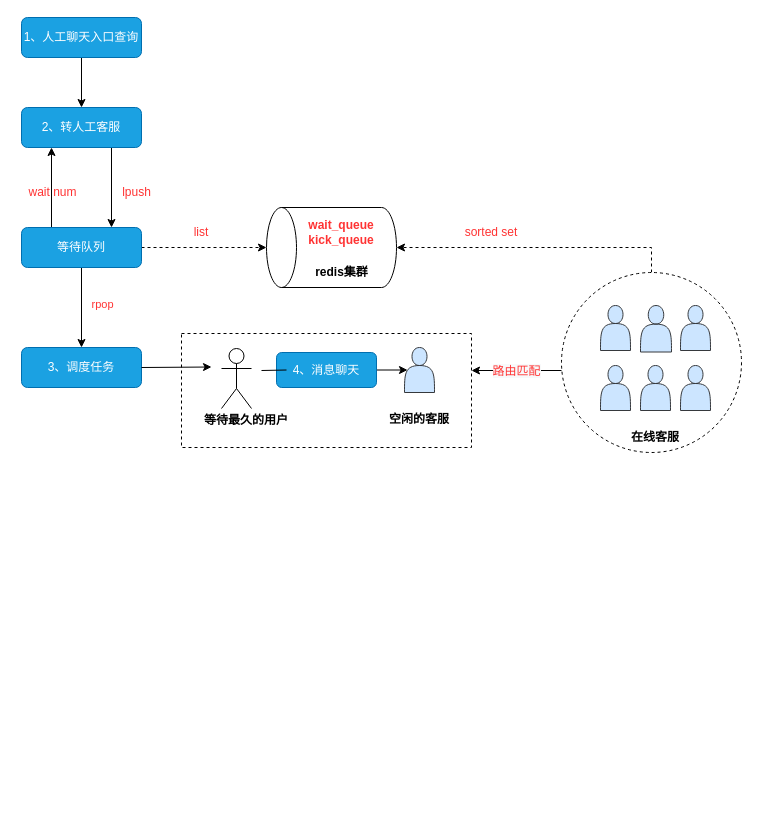
The draw.io diagram page "人工客服接单" (3 of 4) of 流程设计.drawio in zengcrvip/basedemo, before the edit. Source tidied: cells renumbered, new cells numbered last; positions are measured from the earlier drawing's top-left corner, leaving out a move shared by most shapes. Both pictures are drawn from the tidied source at 100%, with x=0, y=0 at pixel (17, 17).
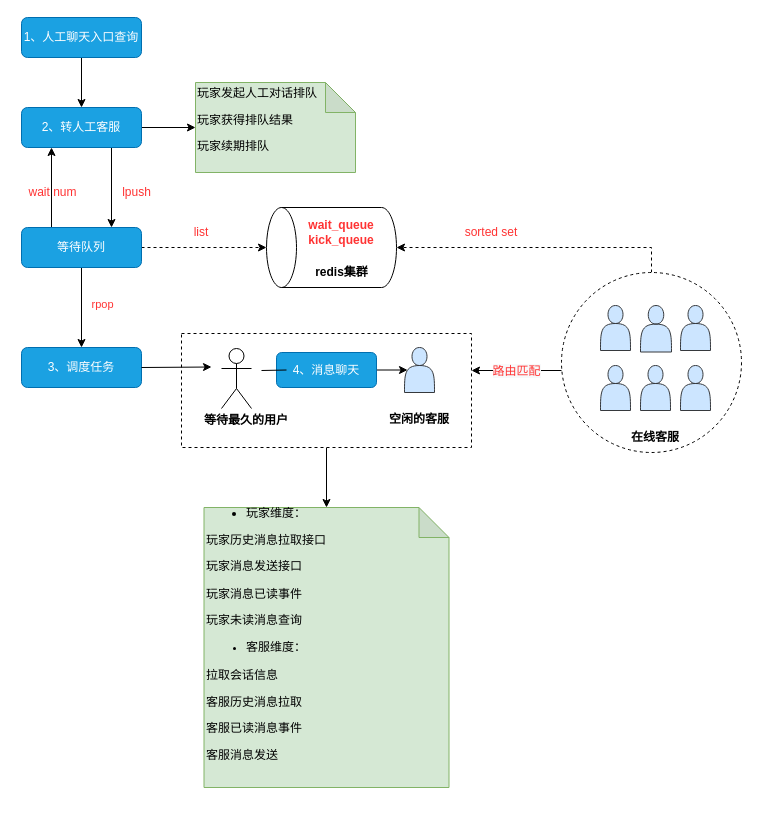
Above is the later version.

The change refers to these unchanged cells:
```xml
<mxCell id="6" value="2、转人工客服" style="rounded=1;whiteSpace=wrap;html=1;fillColor=#1ba1e2;fontColor=#ffffff;strokeColor=#006EAF;" parent="1" vertex="1">
  <mxGeometry x="4" y="90" width="120" height="40" as="geometry" />
</mxCell>
<mxCell id="26" style="rounded=0;whiteSpace=wrap;html=1;dashed=1;fontColor=#000000;" parent="1" vertex="1">
  <mxGeometry x="164" y="316" width="290" height="114" as="geometry" />
</mxCell>
```

The edit, as a diff of the source:
```diff
@@
+    <mxCell id="40" style="edgeStyle=orthogonalEdgeStyle;rounded=0;jettySize=auto;html=1;exitX=1;exitY=0.5;exitDx=0;exitDy=0;" parent="1" edge="1" source="6" target="42">
+      <mxGeometry relative="1" as="geometry" />
+    </mxCell>
@@
+    <mxCell id="41" style="edgeStyle=orthogonalEdgeStyle;rounded=0;jettySize=auto;html=1;exitX=0.5;exitY=1;exitDx=0;exitDy=0;entryX=0.5;entryY=0;entryDx=0;entryDy=0;entryPerimeter=0;" parent="1" edge="1" source="26" target="43">
+      <mxGeometry relative="1" as="geometry" />
+    </mxCell>
@@
+    <mxCell id="42" value="&lt;p style=&quot;&quot;&gt;玩家发起人工对话排队&lt;/p&gt;&lt;p style=&quot;&quot;&gt;玩家获得排队结果&lt;/p&gt;&lt;pre data-pm-slice=&quot;1 1 [&amp;quot;table&amp;quot;,{&amp;quot;border&amp;quot;:&amp;quot;rgb(193, 199, 208)&amp;quot;,&amp;quot;class&amp;quot;:&amp;quot;table-flexiable&amp;quot;,&amp;quot;fontSize&amp;quot;:&amp;quot;16px&amp;quot;,&amp;quot;lineHeight&amp;quot;:&amp;quot;1&amp;quot;},&amp;quot;table_row&amp;quot;,null,&amp;quot;table_cell&amp;quot;,{&amp;quot;colspan&amp;quot;:1,&amp;quot;rowspan&amp;quot;:1,&amp;quot;colwidth&amp;quot;:[133],&amp;quot;numberingColumn&amp;quot;:null,&amp;quot;background&amp;quot;:null,&amp;quot;verticalAlign&amp;quot;:null}]&quot;&gt;&lt;span style=&quot;background-color: initial; font-family: Helvetica;&quot;&gt;玩家续期排队&lt;/span&gt;&lt;/pre&gt;&lt;div&gt;&lt;span style=&quot;background-color: initial; font-family: Helvetica;&quot;&gt;&lt;br&gt;&lt;/span&gt;&lt;/div&gt;" style="shape=note;whiteSpace=wrap;html=1;backgroundOutline=1;darkOpacity=0.05;align=left;fillColor=#d5e8d4;strokeColor=#82b366;" parent="1" vertex="1">
+      <mxGeometry x="178" y="65" width="160" height="90" as="geometry" />
+    </mxCell>
+    <mxCell id="43" value="&lt;p style=&quot;&quot;&gt;&lt;/p&gt;&lt;ul&gt;&lt;li&gt;玩家维度：&lt;/li&gt;&lt;/ul&gt;&lt;p&gt;&lt;/p&gt;&lt;pre data-pm-slice=&quot;1 1 [&amp;quot;table&amp;quot;,{&amp;quot;border&amp;quot;:&amp;quot;rgb(193, 199, 208)&amp;quot;,&amp;quot;class&amp;quot;:&amp;quot;table-flexiable&amp;quot;,&amp;quot;fontSize&amp;quot;:&amp;quot;16px&amp;quot;,&amp;quot;lineHeight&amp;quot;:&amp;quot;1&amp;quot;},&amp;quot;table_row&amp;quot;,null,&amp;quot;table_cell&amp;quot;,{&amp;quot;colspan&amp;quot;:1,&amp;quot;rowspan&amp;quot;:1,&amp;quot;colwidth&amp;quot;:[133],&amp;quot;numberingColumn&amp;quot;:null,&amp;quot;background&amp;quot;:null,&amp;quot;verticalAlign&amp;quot;:null}]&quot;&gt;&lt;span style=&quot;background-color: initial; font-family: Helvetica;&quot;&gt;玩家历史消息拉取接口&lt;/span&gt;&lt;br&gt;&lt;/pre&gt;&lt;pre data-pm-slice=&quot;1 1 [&amp;quot;table&amp;quot;,{&amp;quot;border&amp;quot;:&amp;quot;rgb(193, 199, 208)&amp;quot;,&amp;quot;class&amp;quot;:&amp;quot;table-flexiable&amp;quot;,&amp;quot;fontSize&amp;quot;:&amp;quot;16px&amp;quot;,&amp;quot;lineHeight&amp;quot;:&amp;quot;1&amp;quot;},&amp;quot;table_row&amp;quot;,null,&amp;quot;table_cell&amp;quot;,{&amp;quot;colspan&amp;quot;:1,&amp;quot;rowspan&amp;quot;:1,&amp;quot;colwidth&amp;quot;:[133],&amp;quot;numberingColumn&amp;quot;:null,&amp;quot;background&amp;quot;:null,&amp;quot;verticalAlign&amp;quot;:null}]&quot;&gt;&lt;code&gt;玩家消息发送接口&lt;/code&gt;&lt;/pre&gt;&lt;pre data-pm-slice=&quot;1 1 [&amp;quot;table&amp;quot;,{&amp;quot;border&amp;quot;:&amp;quot;rgb(193, 199, 208)&amp;quot;,&amp;quot;class&amp;quot;:&amp;quot;table-flexiable&amp;quot;,&amp;quot;fontSize&amp;quot;:&amp;quot;16px&amp;quot;,&amp;quot;lineHeight&amp;quot;:&amp;quot;1&amp;quot;},&amp;quot;table_row&amp;quot;,null,&amp;quot;table_cell&amp;quot;,{&amp;quot;colspan&amp;quot;:1,&amp;quot;rowspan&amp;quot;:1,&amp;quot;colwidth&amp;quot;:[133],&amp;quot;numberingColumn&amp;quot;:null,&amp;quot;background&amp;quot;:null,&amp;quot;verticalAlign&amp;quot;:null}]&quot;&gt;&lt;span style=&quot;background-color: initial; font-family: Helvetica;&quot;&gt;玩家消息已读事件&lt;/span&gt;&lt;br&gt;&lt;/pre&gt;&lt;pre data-pm-slice=&quot;1 1 [&amp;quot;table&amp;quot;,{&amp;quot;border&amp;quot;:&amp;quot;rgb(193, 199, 208)&amp;quot;,&amp;quot;class&amp;quot;:&amp;quot;table-flexiable&amp;quot;,&amp;quot;fontSize&amp;quot;:&amp;quot;16px&amp;quot;,&amp;quot;lineHeight&amp;quot;:&amp;quot;1&amp;quot;},&amp;quot;table_row&amp;quot;,null,&amp;quot;table_cell&amp;quot;,{&amp;quot;colspan&amp;quot;:1,&amp;quot;rowspan&amp;quot;:1,&amp;quot;colwidth&amp;quot;:[133],&amp;quot;numberingColumn&amp;quot;:null,&amp;quot;background&amp;quot;:null,&amp;quot;verticalAlign&amp;quot;:null}]&quot;&gt;&lt;code&gt;玩家未读消息查询&lt;/code&gt;&lt;/pre&gt;&lt;pre data-pm-slice=&quot;1 1 [&amp;quot;table&amp;quot;,{&amp;quot;border&amp;quot;:&amp;quot;rgb(193, 199, 208)&amp;quot;,&amp;quot;class&amp;quot;:&amp;quot;table-flexiable&amp;quot;,&amp;quot;fontSize&amp;quot;:&amp;quot;16px&amp;quot;,&amp;quot;lineHeight&amp;quot;:&amp;quot;1&amp;quot;},&amp;quot;table_row&amp;quot;,null,&amp;quot;table_cell&amp;quot;,{&amp;quot;colspan&amp;quot;:1,&amp;quot;rowspan&amp;quot;:1,&amp;quot;colwidth&amp;quot;:[133],&amp;quot;numberingColumn&amp;quot;:null,&amp;quot;background&amp;quot;:null,&amp;quot;verticalAlign&amp;quot;:null}]&quot;&gt;&lt;ul&gt;&lt;li&gt;&lt;span style=&quot;background-color: initial; font-family: Helvetica;&quot;&gt;客服维度：&lt;/span&gt;&lt;/li&gt;&lt;/ul&gt;&lt;div&gt;&lt;font face=&quot;Helvetica&quot;&gt;拉取会话信息&lt;/font&gt;&lt;/div&gt;&lt;/pre&gt;&lt;p data-pm-slice=&quot;1 1 [&amp;quot;table&amp;quot;,{&amp;quot;border&amp;quot;:&amp;quot;rgb(193, 199, 208)&amp;quot;,&amp;quot;class&amp;quot;:&amp;quot;table-flexiable&amp;quot;,&amp;quot;fontSize&amp;quot;:&amp;quot;16px&amp;quot;,&amp;quot;lineHeight&amp;quot;:&amp;quot;1&amp;quot;},&amp;quot;table_row&amp;quot;,null,&amp;quot;table_cell&amp;quot;,{&amp;quot;colspan&amp;quot;:1,&amp;quot;rowspan&amp;quot;:1,&amp;quot;colwidth&amp;quot;:[133],&amp;quot;numberingColumn&amp;quot;:null,&amp;quot;background&amp;quot;:null,&amp;quot;verticalAlign&amp;quot;:null}]&quot; style=&quot;&quot;&gt;客服历史消息拉取&lt;/p&gt;&lt;p data-pm-slice=&quot;1 1 [&amp;quot;table&amp;quot;,{&amp;quot;border&amp;quot;:&amp;quot;rgb(193, 199, 208)&amp;quot;,&amp;quot;class&amp;quot;:&amp;quot;table-flexiable&amp;quot;,&amp;quot;fontSize&amp;quot;:&amp;quot;16px&amp;quot;,&amp;quot;lineHeight&amp;quot;:&amp;quot;1&amp;quot;},&amp;quot;table_row&amp;quot;,null,&amp;quot;table_cell&amp;quot;,{&amp;quot;colspan&amp;quot;:1,&amp;quot;rowspan&amp;quot;:1,&amp;quot;colwidth&amp;quot;:[133],&amp;quot;numberingColumn&amp;quot;:null,&amp;quot;background&amp;quot;:null,&amp;quot;verticalAlign&amp;quot;:null}]&quot; style=&quot;&quot;&gt;客服已读消息事件&lt;/p&gt;&lt;p data-pm-slice=&quot;1 1 [&amp;quot;table&amp;quot;,{&amp;quot;border&amp;quot;:&amp;quot;rgb(193, 199, 208)&amp;quot;,&amp;quot;class&amp;quot;:&amp;quot;table-flexiable&amp;quot;,&amp;quot;fontSize&amp;quot;:&amp;quot;16px&amp;quot;,&amp;quot;lineHeight&amp;quot;:&amp;quot;1&amp;quot;},&amp;quot;table_row&amp;quot;,null,&amp;quot;table_cell&amp;quot;,{&amp;quot;colspan&amp;quot;:1,&amp;quot;rowspan&amp;quot;:1,&amp;quot;colwidth&amp;quot;:[133],&amp;quot;numberingColumn&amp;quot;:null,&amp;quot;background&amp;quot;:null,&amp;quot;verticalAlign&amp;quot;:null}]&quot; style=&quot;&quot;&gt;客服消息发送&lt;/p&gt;&lt;p data-pm-slice=&quot;1 1 [&amp;quot;table&amp;quot;,{&amp;quot;border&amp;quot;:&amp;quot;rgb(193, 199, 208)&amp;quot;,&amp;quot;class&amp;quot;:&amp;quot;table-flexiable&amp;quot;,&amp;quot;fontSize&amp;quot;:&amp;quot;16px&amp;quot;,&amp;quot;lineHeight&amp;quot;:&amp;quot;1&amp;quot;},&amp;quot;table_row&amp;quot;,null,&amp;quot;table_cell&amp;quot;,{&amp;quot;colspan&amp;quot;:1,&amp;quot;rowspan&amp;quot;:1,&amp;quot;colwidth&amp;quot;:[133],&amp;quot;numberingColumn&amp;quot;:null,&amp;quot;background&amp;quot;:null,&amp;quot;verticalAlign&amp;quot;:null}]&quot; style=&quot;&quot;&gt;&lt;br&gt;&lt;/p&gt;" style="shape=note;whiteSpace=wrap;html=1;backgroundOutline=1;darkOpacity=0.05;align=left;fillColor=#d5e8d4;strokeColor=#82b366;" parent="1" vertex="1">
+      <mxGeometry x="186.5" y="490" width="245" height="280" as="geometry" />
+    </mxCell>
```
